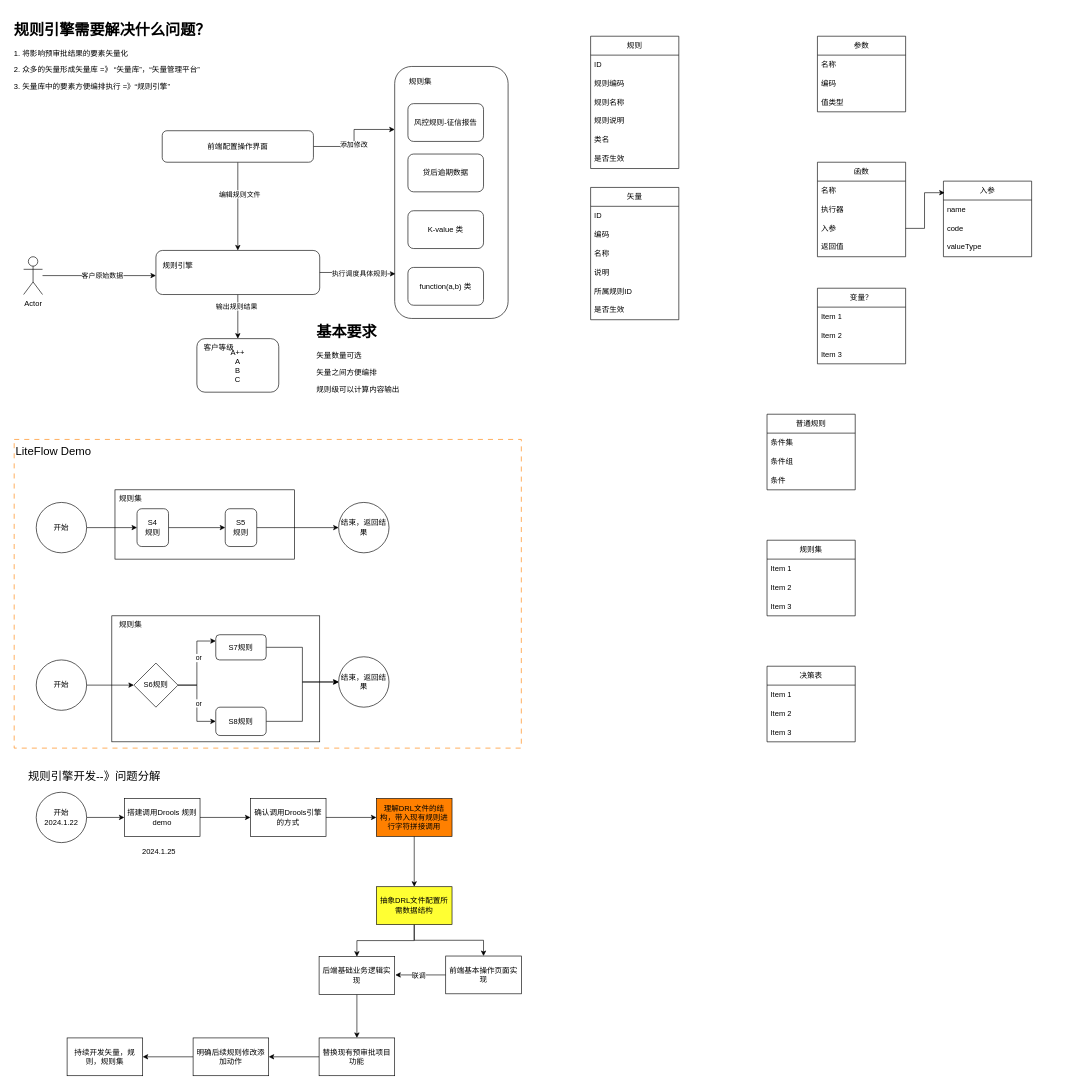
Before: 规则引擎-规则集.drawio in XiongZen/QJReconstitution, a draw.io diagram. Source tidied: cells renumbered, new cells numbered last; positions are measured from the earlier drawing's top-left corner, leaving out a move shared by most shapes. Both pictures are drawn from the tidied source at 63%, with x=0, y=0 at pixel (11, 17).
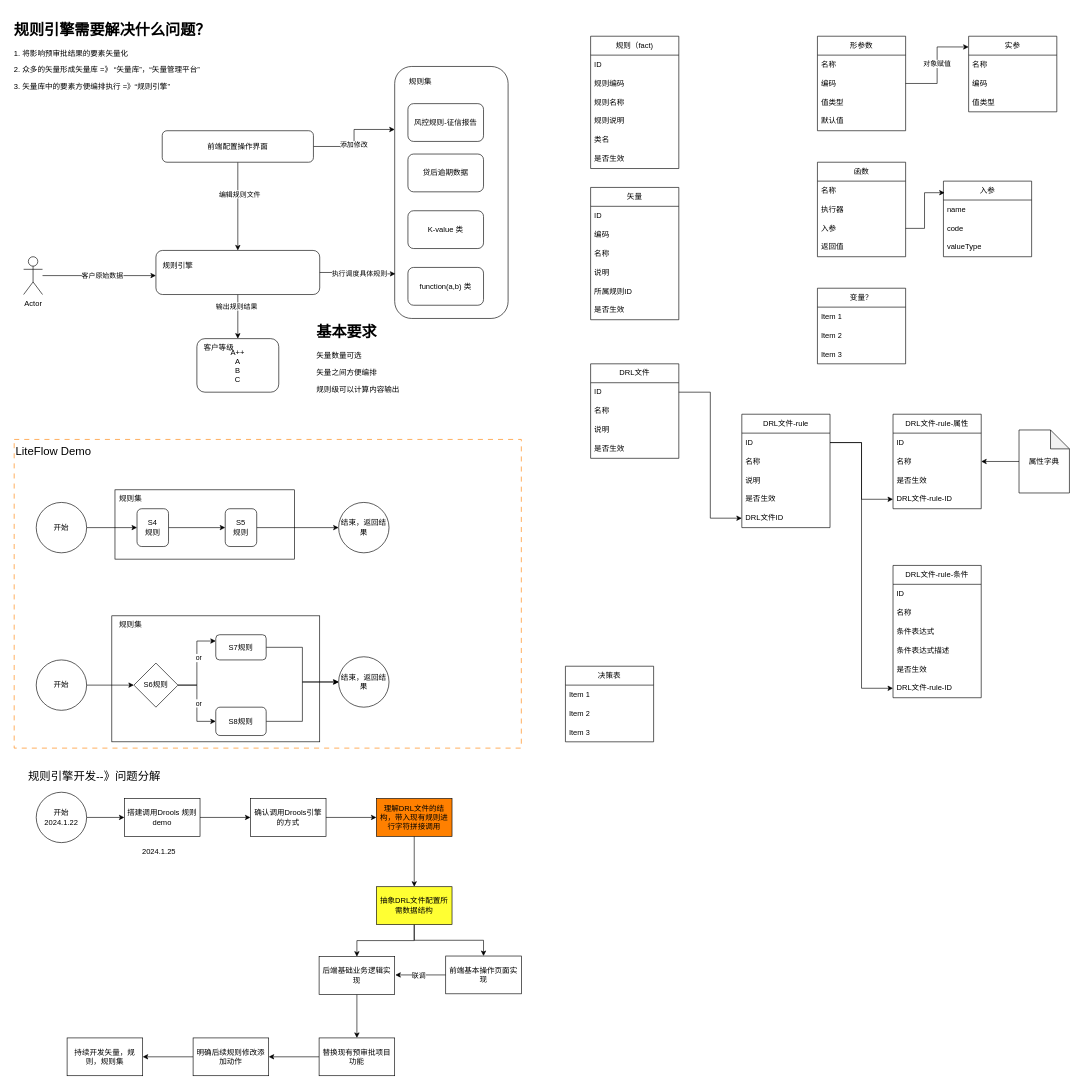
Above is the later version.

Commit message:
更新规则引擎-规则集.drawio

Diff of the diagram source:
```diff
@@
-    <mxCell id="51" value="参数" style="swimlane;fontStyle=0;horizontal=1;startSize=30;whiteSpace=wrap;html=1;" parent="1" vertex="1">
-      <mxGeometry x="1280" y="30" width="140" height="120" as="geometry" />
+    <mxCell id="51" value="形参数" style="swimlane;fontStyle=0;horizontal=1;startSize=30;whiteSpace=wrap;html=1;" parent="1" vertex="1">
+      <mxGeometry x="1280" y="30" width="140" height="150" as="geometry" />
     </mxCell>
@@
+    <mxCell id="118" value="值类型" style="text;strokeColor=none;fillColor=none;align=left;verticalAlign=middle;spacingLeft=4;spacingRight=4;overflow=hidden;whiteSpace=wrap;html=1;" parent="51" vertex="1">
+      <mxGeometry y="90" width="140" height="30" as="geometry" />
+    </mxCell>
-    <mxCell id="54" value="值类型" style="text;strokeColor=none;fillColor=none;align=left;verticalAlign=middle;spacingLeft=4;spacingRight=4;overflow=hidden;whiteSpace=wrap;html=1;" parent="51" vertex="1">
-      <mxGeometry y="90" width="140" height="30" as="geometry" />
+    <mxCell id="54" value="默认值" style="text;strokeColor=none;fillColor=none;align=left;verticalAlign=middle;spacingLeft=4;spacingRight=4;overflow=hidden;whiteSpace=wrap;html=1;" parent="51" vertex="1">
+      <mxGeometry y="120" width="140" height="30" as="geometry" />
     </mxCell>
@@
-    <mxCell id="69" value="普通规则" style="swimlane;fontStyle=0;horizontal=1;startSize=30;whiteSpace=wrap;html=1;" parent="1" vertex="1">
-      <mxGeometry x="1200" y="630" width="140" height="120" as="geometry" />
-    </mxCell>
-    <mxCell id="70" value="条件集" style="text;strokeColor=none;fillColor=none;align=left;verticalAlign=middle;spacingLeft=4;spacingRight=4;overflow=hidden;whiteSpace=wrap;html=1;" parent="69" vertex="1">
-      <mxGeometry y="30" width="140" height="30" as="geometry" />
-    </mxCell>
-    <mxCell id="71" value="条件组" style="text;strokeColor=none;fillColor=none;align=left;verticalAlign=middle;spacingLeft=4;spacingRight=4;overflow=hidden;whiteSpace=wrap;html=1;" parent="69" vertex="1">
-      <mxGeometry y="60" width="140" height="30" as="geometry" />
-    </mxCell>
-    <mxCell id="72" value="条件" style="text;strokeColor=none;fillColor=none;align=left;verticalAlign=middle;spacingLeft=4;spacingRight=4;overflow=hidden;whiteSpace=wrap;html=1;" parent="69" vertex="1">
-      <mxGeometry y="90" width="140" height="30" as="geometry" />
-    </mxCell>
-    <mxCell id="73" value="规则集" style="swimlane;fontStyle=0;horizontal=1;startSize=30;whiteSpace=wrap;html=1;" parent="1" vertex="1">
-      <mxGeometry x="1200" y="830" width="140" height="120" as="geometry" />
-    </mxCell>
-    <mxCell id="74" value="Item 1" style="text;strokeColor=none;fillColor=none;align=left;verticalAlign=middle;spacingLeft=4;spacingRight=4;overflow=hidden;whiteSpace=wrap;html=1;" parent="73" vertex="1">
-      <mxGeometry y="30" width="140" height="30" as="geometry" />
-    </mxCell>
-    <mxCell id="75" value="Item 2" style="text;strokeColor=none;fillColor=none;align=left;verticalAlign=middle;spacingLeft=4;spacingRight=4;overflow=hidden;whiteSpace=wrap;html=1;" parent="73" vertex="1">
-      <mxGeometry y="60" width="140" height="30" as="geometry" />
-    </mxCell>
-    <mxCell id="76" value="Item 3" style="text;strokeColor=none;fillColor=none;align=left;verticalAlign=middle;spacingLeft=4;spacingRight=4;overflow=hidden;whiteSpace=wrap;html=1;" parent="73" vertex="1">
-      <mxGeometry y="90" width="140" height="30" as="geometry" />
-    </mxCell>
     <mxCell id="77" value="决策表" style="swimlane;fontStyle=0;horizontal=1;startSize=30;whiteSpace=wrap;html=1;" parent="1" vertex="1">
-      <mxGeometry x="1200" y="1030" width="140" height="120" as="geometry" />
+      <mxGeometry x="880" y="1030" width="140" height="120" as="geometry" />
     </mxCell>
@@
-    <mxCell id="81" value="规则" style="swimlane;fontStyle=0;horizontal=1;startSize=30;whiteSpace=wrap;html=1;" parent="1" vertex="1">
+    <mxCell id="81" value="规则（fact)" style="swimlane;fontStyle=0;horizontal=1;startSize=30;whiteSpace=wrap;html=1;" parent="1" vertex="1">
       <mxGeometry x="920" y="30" width="140" height="210" as="geometry" />
     </mxCell>
@@
+    <mxCell id="119" value="DRL文件" style="swimlane;fontStyle=0;horizontal=1;startSize=30;whiteSpace=wrap;html=1;" parent="1" vertex="1">
+      <mxGeometry x="920" y="550" width="140" height="150" as="geometry" />
+    </mxCell>
+    <mxCell id="120" value="ID" style="text;strokeColor=none;fillColor=none;align=left;verticalAlign=middle;spacingLeft=4;spacingRight=4;overflow=hidden;points=[[0,0.5],[1,0.5]];portConstraint=eastwest;whiteSpace=wrap;html=1;" parent="119" vertex="1">
+      <mxGeometry y="30" width="140" height="30" as="geometry" />
+    </mxCell>
+    <mxCell id="121" value="名称" style="text;strokeColor=none;fillColor=none;align=left;verticalAlign=middle;spacingLeft=4;spacingRight=4;overflow=hidden;whiteSpace=wrap;html=1;" parent="119" vertex="1">
+      <mxGeometry y="60" width="140" height="30" as="geometry" />
+    </mxCell>
+    <mxCell id="122" value="说明" style="text;strokeColor=none;fillColor=none;align=left;verticalAlign=middle;spacingLeft=4;spacingRight=4;overflow=hidden;whiteSpace=wrap;html=1;" parent="119" vertex="1">
+      <mxGeometry y="90" width="140" height="30" as="geometry" />
+    </mxCell>
+    <mxCell id="123" value="是否生效" style="text;strokeColor=none;fillColor=none;align=left;verticalAlign=middle;spacingLeft=4;spacingRight=4;overflow=hidden;whiteSpace=wrap;html=1;" parent="119" vertex="1">
+      <mxGeometry y="120" width="140" height="30" as="geometry" />
+    </mxCell>
+    <mxCell id="124" value="DRL文件-rule" style="swimlane;fontStyle=0;horizontal=1;startSize=30;whiteSpace=wrap;html=1;" parent="1" vertex="1">
+      <mxGeometry x="1160" y="630" width="140" height="180" as="geometry" />
+    </mxCell>
+    <mxCell id="125" value="ID" style="text;strokeColor=none;fillColor=none;align=left;verticalAlign=middle;spacingLeft=4;spacingRight=4;overflow=hidden;points=[[0,0.5],[1,0.5]];portConstraint=eastwest;whiteSpace=wrap;html=1;" parent="124" vertex="1">
+      <mxGeometry y="30" width="140" height="30" as="geometry" />
+    </mxCell>
+    <mxCell id="126" value="名称" style="text;strokeColor=none;fillColor=none;align=left;verticalAlign=middle;spacingLeft=4;spacingRight=4;overflow=hidden;whiteSpace=wrap;html=1;" parent="124" vertex="1">
+      <mxGeometry y="60" width="140" height="30" as="geometry" />
+    </mxCell>
+    <mxCell id="127" value="说明" style="text;strokeColor=none;fillColor=none;align=left;verticalAlign=middle;spacingLeft=4;spacingRight=4;overflow=hidden;whiteSpace=wrap;html=1;" parent="124" vertex="1">
+      <mxGeometry y="90" width="140" height="30" as="geometry" />
+    </mxCell>
+    <mxCell id="128" value="是否生效" style="text;strokeColor=none;fillColor=none;align=left;verticalAlign=middle;spacingLeft=4;spacingRight=4;overflow=hidden;whiteSpace=wrap;html=1;" parent="124" vertex="1">
+      <mxGeometry y="120" width="140" height="30" as="geometry" />
+    </mxCell>
+    <mxCell id="129" value="DRL文件ID" style="text;strokeColor=none;fillColor=none;align=left;verticalAlign=middle;spacingLeft=4;spacingRight=4;overflow=hidden;points=[[0,0.5],[1,0.5]];portConstraint=eastwest;whiteSpace=wrap;html=1;" parent="124" vertex="1">
+      <mxGeometry y="150" width="140" height="30" as="geometry" />
+    </mxCell>
+    <mxCell id="130" style="edgeStyle=orthogonalEdgeStyle;rounded=0;jettySize=auto;html=1;entryX=0;entryY=0.5;entryDx=0;entryDy=0;" parent="1" edge="1" source="120" target="129">
+      <mxGeometry relative="1" as="geometry" />
+    </mxCell>
+    <mxCell id="131" value="DRL文件-rule-属性" style="swimlane;fontStyle=0;horizontal=1;startSize=30;whiteSpace=wrap;html=1;" parent="1" vertex="1">
+      <mxGeometry x="1400" y="630" width="140" height="150" as="geometry" />
+    </mxCell>
+    <mxCell id="132" value="ID" style="text;strokeColor=none;fillColor=none;align=left;verticalAlign=middle;spacingLeft=4;spacingRight=4;overflow=hidden;whiteSpace=wrap;html=1;" parent="131" vertex="1">
+      <mxGeometry y="30" width="140" height="30" as="geometry" />
+    </mxCell>
+    <mxCell id="133" value="名称" style="text;strokeColor=none;fillColor=none;align=left;verticalAlign=middle;spacingLeft=4;spacingRight=4;overflow=hidden;points=[[0,0.5],[1,0.5]];portConstraint=eastwest;whiteSpace=wrap;html=1;" parent="131" vertex="1">
+      <mxGeometry y="60" width="140" height="30" as="geometry" />
+    </mxCell>
+    <mxCell id="134" value="是否生效" style="text;strokeColor=none;fillColor=none;align=left;verticalAlign=middle;spacingLeft=4;spacingRight=4;overflow=hidden;whiteSpace=wrap;html=1;" parent="131" vertex="1">
+      <mxGeometry y="90" width="140" height="30" as="geometry" />
+    </mxCell>
+    <mxCell id="135" value="DRL文件-rule-ID" style="text;strokeColor=none;fillColor=none;align=left;verticalAlign=middle;spacingLeft=4;spacingRight=4;overflow=hidden;points=[[0,0.5],[1,0.5]];portConstraint=eastwest;whiteSpace=wrap;html=1;" parent="131" vertex="1">
+      <mxGeometry y="120" width="140" height="30" as="geometry" />
+    </mxCell>
+    <mxCell id="136" style="edgeStyle=orthogonalEdgeStyle;rounded=0;jettySize=auto;html=1;" parent="1" edge="1" source="125" target="135">
+      <mxGeometry relative="1" as="geometry" />
+    </mxCell>
+    <mxCell id="137" style="edgeStyle=orthogonalEdgeStyle;rounded=0;jettySize=auto;html=1;entryX=1;entryY=0.5;entryDx=0;entryDy=0;" parent="1" edge="1" source="138" target="133">
+      <mxGeometry relative="1" as="geometry" />
+    </mxCell>
+    <mxCell id="138" value="属性字典" style="shape=note;whiteSpace=wrap;html=1;backgroundOutline=1;darkOpacity=0.05;" parent="1" vertex="1">
+      <mxGeometry x="1600" y="655" width="80" height="100" as="geometry" />
+    </mxCell>
+    <mxCell id="139" value="DRL文件-rule-条件" style="swimlane;fontStyle=0;horizontal=1;startSize=30;whiteSpace=wrap;html=1;" parent="1" vertex="1">
+      <mxGeometry x="1400" y="870" width="140" height="210" as="geometry" />
+    </mxCell>
+    <mxCell id="140" value="ID" style="text;strokeColor=none;fillColor=none;align=left;verticalAlign=middle;spacingLeft=4;spacingRight=4;overflow=hidden;whiteSpace=wrap;html=1;" parent="139" vertex="1">
+      <mxGeometry y="30" width="140" height="30" as="geometry" />
+    </mxCell>
+    <mxCell id="141" value="名称" style="text;strokeColor=none;fillColor=none;align=left;verticalAlign=middle;spacingLeft=4;spacingRight=4;overflow=hidden;whiteSpace=wrap;html=1;" parent="139" vertex="1">
+      <mxGeometry y="60" width="140" height="30" as="geometry" />
+    </mxCell>
+    <mxCell id="142" value="条件表达式" style="text;strokeColor=none;fillColor=none;align=left;verticalAlign=middle;spacingLeft=4;spacingRight=4;overflow=hidden;whiteSpace=wrap;html=1;" parent="139" vertex="1">
+      <mxGeometry y="90" width="140" height="30" as="geometry" />
+    </mxCell>
+    <mxCell id="143" value="条件表达式描述" style="text;strokeColor=none;fillColor=none;align=left;verticalAlign=middle;spacingLeft=4;spacingRight=4;overflow=hidden;whiteSpace=wrap;html=1;" parent="139" vertex="1">
+      <mxGeometry y="120" width="140" height="30" as="geometry" />
+    </mxCell>
+    <mxCell id="144" value="是否生效" style="text;strokeColor=none;fillColor=none;align=left;verticalAlign=middle;spacingLeft=4;spacingRight=4;overflow=hidden;whiteSpace=wrap;html=1;" parent="139" vertex="1">
+      <mxGeometry y="150" width="140" height="30" as="geometry" />
+    </mxCell>
+    <mxCell id="145" value="DRL文件-rule-ID" style="text;strokeColor=none;fillColor=none;align=left;verticalAlign=middle;spacingLeft=4;spacingRight=4;overflow=hidden;points=[[0,0.5],[1,0.5]];portConstraint=eastwest;whiteSpace=wrap;html=1;" parent="139" vertex="1">
+      <mxGeometry y="180" width="140" height="30" as="geometry" />
+    </mxCell>
+    <mxCell id="146" style="edgeStyle=orthogonalEdgeStyle;rounded=0;jettySize=auto;html=1;entryX=0;entryY=0.5;entryDx=0;entryDy=0;" parent="1" edge="1" source="125" target="145">
+      <mxGeometry relative="1" as="geometry" />
+    </mxCell>
+    <mxCell id="147" value="实参" style="swimlane;fontStyle=0;horizontal=1;startSize=30;whiteSpace=wrap;html=1;" parent="1" vertex="1">
+      <mxGeometry x="1520" y="30" width="140" height="120" as="geometry" />
+    </mxCell>
+    <mxCell id="148" value="名称" style="text;strokeColor=none;fillColor=none;align=left;verticalAlign=middle;spacingLeft=4;spacingRight=4;overflow=hidden;whiteSpace=wrap;html=1;" parent="147" vertex="1">
+      <mxGeometry y="30" width="140" height="30" as="geometry" />
+    </mxCell>
+    <mxCell id="149" value="编码" style="text;strokeColor=none;fillColor=none;align=left;verticalAlign=middle;spacingLeft=4;spacingRight=4;overflow=hidden;whiteSpace=wrap;html=1;" parent="147" vertex="1">
+      <mxGeometry y="60" width="140" height="30" as="geometry" />
+    </mxCell>
+    <mxCell id="150" value="值类型" style="text;strokeColor=none;fillColor=none;align=left;verticalAlign=middle;spacingLeft=4;spacingRight=4;overflow=hidden;whiteSpace=wrap;html=1;" parent="147" vertex="1">
+      <mxGeometry y="90" width="140" height="30" as="geometry" />
+    </mxCell>
+    <mxCell id="151" style="edgeStyle=orthogonalEdgeStyle;rounded=0;jettySize=auto;html=1;entryX=0;entryY=0.142;entryDx=0;entryDy=0;entryPerimeter=0;" parent="1" edge="1" source="51" target="147">
+      <mxGeometry relative="1" as="geometry" />
+    </mxCell>
+    <mxCell id="152" value="对象赋值" style="edgeLabel;html=1;align=center;verticalAlign=middle;" parent="151" vertex="1">
+      <mxGeometry x="0.04" y="1" relative="1" as="geometry" />
+    </mxCell>
```
